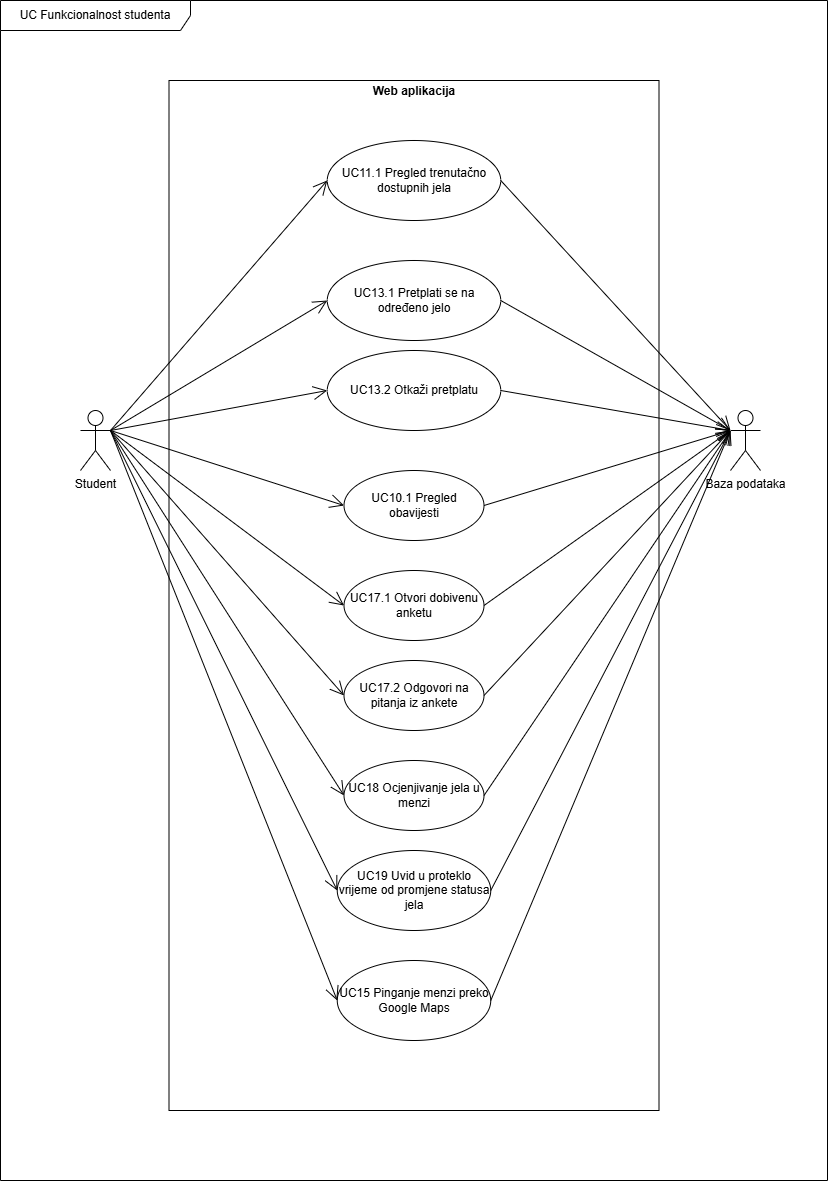
Before: docs/imgs/uc-diagrams/UCStudent.png, a diagram exported from draw.io (lukaznj/dish-detective). Source tidied: cells renumbered, new cells last; positions are measured from the earlier drawing's top-left corner, leaving out a move shared by most shapes.
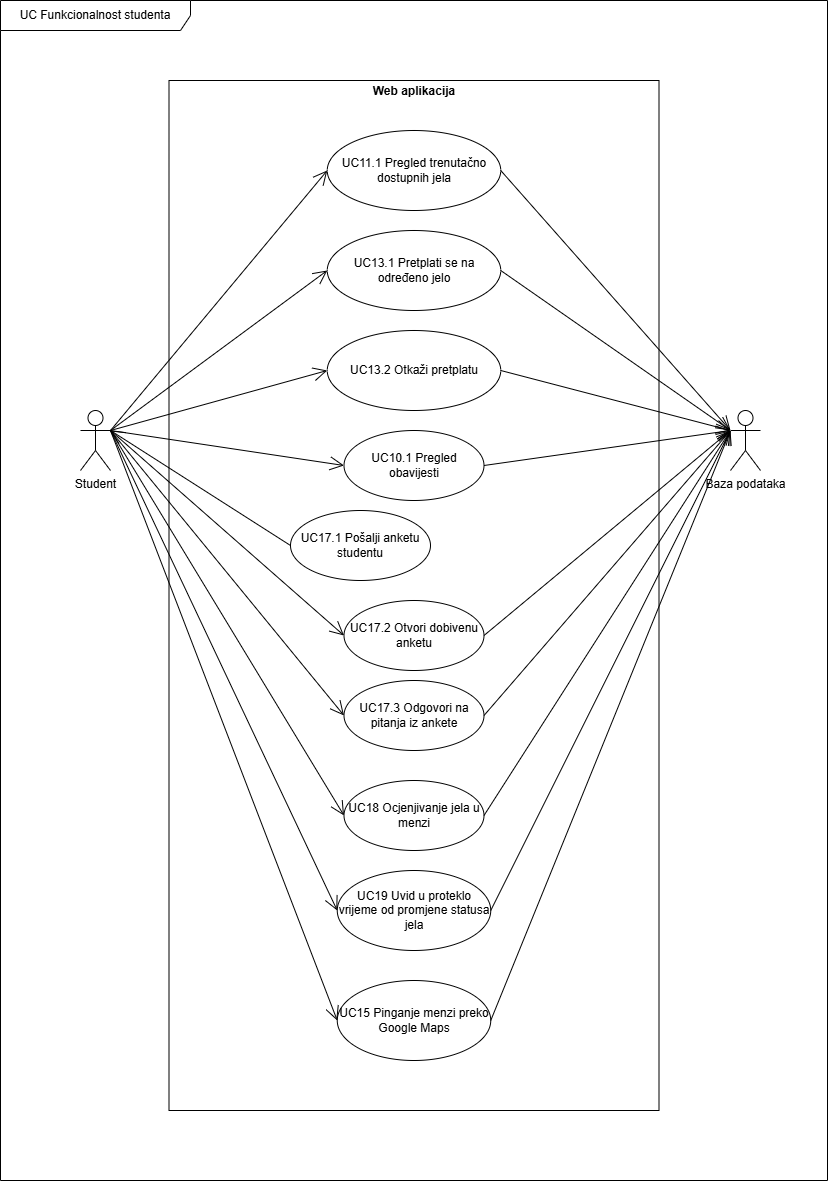
After the commit.

What changed in the source:
```diff
@@ -12,7 +12,7 @@
       <mxGeometry x="80" y="410" width="30" height="60" as="geometry" />
     </mxCell>
     <mxCell id="5" value="UC10.1 Pregled obavijesti" style="ellipse;whiteSpace=wrap;html=1;" parent="1" vertex="1">
-      <mxGeometry x="343.5" y="470" width="140" height="70" as="geometry" />
+      <mxGeometry x="343.5" y="430" width="140" height="70" as="geometry" />
     </mxCell>
     <mxCell id="6" value="Baza podataka" style="shape=umlActor;verticalLabelPosition=bottom;verticalAlign=top;html=1;labelBackgroundColor=none;" parent="1" vertex="1">
       <mxGeometry x="730" y="410" width="30" height="60" as="geometry" />
@@ -24,7 +24,7 @@
       <mxGeometry relative="1" as="geometry" />
     </mxCell>
     <mxCell id="9" value="UC11.1 Pregled trenutačno dostupnih jela" style="ellipse;whiteSpace=wrap;html=1;" parent="1" vertex="1">
-      <mxGeometry x="326.8" y="140" width="173.5" height="80" as="geometry" />
+      <mxGeometry x="326.8" y="130" width="173.5" height="80" as="geometry" />
     </mxCell>
     <mxCell id="10" style="endArrow=open;endFill=1;endSize=12;html=1;rounded=0;entryX=0;entryY=0.5;entryDx=0;entryDy=0;" parent="1" edge="1" target="9">
       <mxGeometry relative="1" as="geometry">
@@ -37,10 +37,10 @@
       </mxGeometry>
     </mxCell>
     <mxCell id="12" value="UC13.1 Pretplati se na određeno jelo" style="ellipse;whiteSpace=wrap;html=1;" parent="1" vertex="1">
-      <mxGeometry x="326.8" y="260" width="173.5" height="80" as="geometry" />
+      <mxGeometry x="326.8" y="230" width="173.5" height="80" as="geometry" />
     </mxCell>
     <mxCell id="13" value="UC13.2 Otkaži pretplatu" style="ellipse;whiteSpace=wrap;html=1;" parent="1" vertex="1">
-      <mxGeometry x="326.8" y="350" width="173.5" height="80" as="geometry" />
+      <mxGeometry x="326.8" y="330" width="173.5" height="80" as="geometry" />
     </mxCell>
     <mxCell id="14" style="endArrow=open;endFill=1;endSize=12;html=1;rounded=0;entryX=0;entryY=0.5;entryDx=0;entryDy=0;" parent="1" edge="1" target="12">
       <mxGeometry relative="1" as="geometry">
@@ -62,11 +62,11 @@
         <mxPoint x="730" y="430" as="targetPoint" />
       </mxGeometry>
     </mxCell>
-    <mxCell id="18" value="UC17.1 Otvori dobivenu anketu" style="ellipse;whiteSpace=wrap;html=1;" parent="1" vertex="1">
-      <mxGeometry x="343.5" y="570" width="140" height="70" as="geometry" />
+    <mxCell id="18" value="UC17.2 Otvori dobivenu anketu" style="ellipse;whiteSpace=wrap;html=1;" parent="1" vertex="1">
+      <mxGeometry x="343.5" y="600" width="140" height="70" as="geometry" />
     </mxCell>
-    <mxCell id="19" value="UC17.2 Odgovori na pitanja iz ankete" style="ellipse;whiteSpace=wrap;html=1;" parent="1" vertex="1">
-      <mxGeometry x="343.5" y="660" width="140" height="70" as="geometry" />
+    <mxCell id="19" value="UC17.3 Odgovori na pitanja iz ankete" style="ellipse;whiteSpace=wrap;html=1;" parent="1" vertex="1">
+      <mxGeometry x="343.5" y="680" width="140" height="70" as="geometry" />
     </mxCell>
     <mxCell id="20" style="endArrow=open;endFill=1;endSize=12;html=1;rounded=0;entryX=0;entryY=0.5;entryDx=0;entryDy=0;" parent="1" edge="1" target="18">
       <mxGeometry relative="1" as="geometry">
@@ -89,7 +89,7 @@
       </mxGeometry>
     </mxCell>
     <mxCell id="24" value="UC18 Ocjenjivanje jela u menzi" style="ellipse;whiteSpace=wrap;html=1;" parent="1" vertex="1">
-      <mxGeometry x="343.5" y="760" width="140" height="70" as="geometry" />
+      <mxGeometry x="343.5" y="780" width="140" height="70" as="geometry" />
     </mxCell>
     <mxCell id="25" style="endArrow=open;endFill=1;endSize=12;html=1;rounded=0;entryX=0;entryY=0.5;entryDx=0;entryDy=0;" parent="1" edge="1" target="24">
       <mxGeometry relative="1" as="geometry">
@@ -102,7 +102,7 @@
       </mxGeometry>
     </mxCell>
     <mxCell id="27" value="UC19 Uvid u proteklo vrijeme od promjene statusa jela" style="ellipse;whiteSpace=wrap;html=1;" parent="1" vertex="1">
-      <mxGeometry x="336.8" y="850" width="153.5" height="80" as="geometry" />
+      <mxGeometry x="336.8" y="870" width="153.5" height="80" as="geometry" />
     </mxCell>
     <mxCell id="28" style="endArrow=open;endFill=1;endSize=12;html=1;rounded=0;exitX=1;exitY=0.3333333333333333;exitDx=0;exitDy=0;exitPerimeter=0;entryX=0;entryY=0.5;entryDx=0;entryDy=0;" parent="1" edge="1" source="4" target="27">
       <mxGeometry relative="1" as="geometry" />
@@ -113,7 +113,7 @@
       </mxGeometry>
     </mxCell>
     <mxCell id="30" value="UC15 Pinganje menzi preko Google Maps" style="ellipse;whiteSpace=wrap;html=1;" parent="1" vertex="1">
-      <mxGeometry x="336.8" y="960" width="153.5" height="80" as="geometry" />
+      <mxGeometry x="336.8" y="980" width="153.5" height="80" as="geometry" />
     </mxCell>
     <mxCell id="31" style="endArrow=open;endFill=1;endSize=12;html=1;rounded=0;entryX=0;entryY=0.5;entryDx=0;entryDy=0;" parent="1" edge="1" target="30">
       <mxGeometry relative="1" as="geometry">
@@ -125,5 +125,13 @@
         <mxPoint x="730" y="430" as="targetPoint" />
       </mxGeometry>
     </mxCell>
+    <mxCell id="33" value="UC17.1 Pošalji anketu studentu" style="ellipse;whiteSpace=wrap;html=1;" parent="1" vertex="1">
+      <mxGeometry x="290" y="510" width="140" height="70" as="geometry" />
+    </mxCell>
+    <mxCell id="34" style="endArrow=open;endFill=1;endSize=12;html=1;rounded=0;exitX=0;exitY=0.5;exitDx=0;exitDy=0;" parent="1" edge="1" source="33">
+      <mxGeometry relative="1" as="geometry">
+        <mxPoint x="110" y="430" as="targetPoint" />
+      </mxGeometry>
+    </mxCell>
   </root>
 </mxGraphModel>
```
